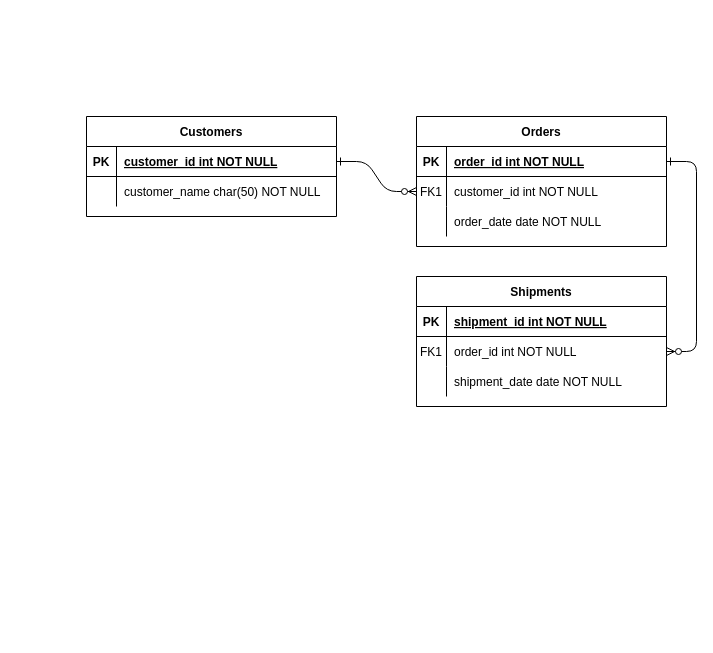
Above: Untitled Diagram.drawio in angelica-martinez/Home (draw.io), before the change. Source tidied: cells renumbered, new cells numbered last; positions are measured from the earlier drawing's top-left corner, leaving out a move shared by most shapes. Both pictures are drawn from the tidied source at 100%, with x=0, y=0 at pixel (86, 116).
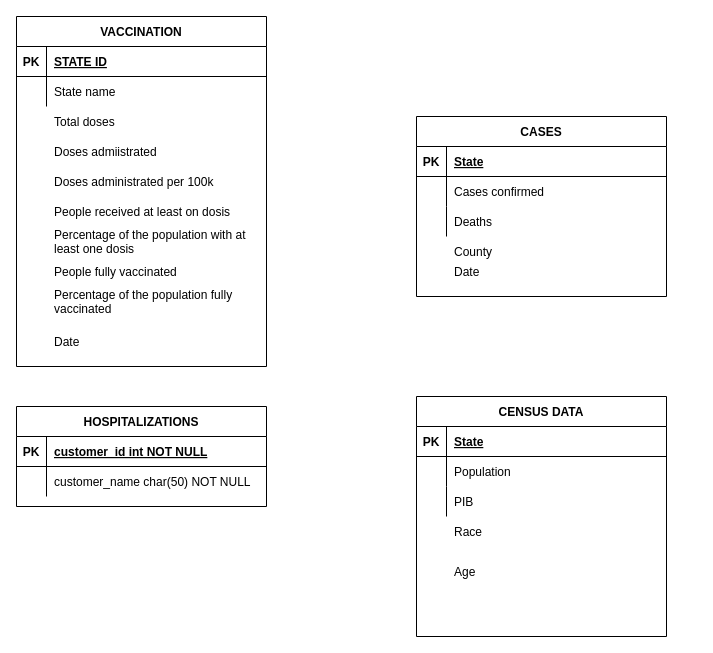
Above is the later version.

Commit message:
Covid databse

The change refers to these unchanged cells:
```xml
<mxCell id="5" style="shape=partialRectangle;fillColor=none;points=[[0,0.5],[1,0.5]];portConstraint=eastwest;top=0;left=0;right=0;bottom=1;" parent="4" vertex="1">
  <mxGeometry y="30" width="250" height="30" as="geometry" />
</mxCell>
<mxCell id="8" style="shape=partialRectangle;fillColor=none;points=[[0,0.5],[1,0.5]];portConstraint=eastwest;top=0;left=0;right=0;bottom=0;" parent="4" vertex="1">
  <mxGeometry y="60" width="250" height="30" as="geometry" />
</mxCell>
<mxCell id="11" style="shape=partialRectangle;fillColor=none;top=0;left=0;right=0;bottom=0;" parent="4" vertex="1">
  <mxGeometry y="90" width="250" height="30" as="geometry" />
</mxCell>
<mxCell id="15" style="shape=partialRectangle;fillColor=none;top=0;left=0;right=0;bottom=1;" parent="14" vertex="1">
  <mxGeometry y="30" width="250" height="30" as="geometry" />
</mxCell>
<mxCell id="18" style="shape=partialRectangle;fillColor=none;points=[[0,0.5],[1,0.5]];portConstraint=eastwest;top=0;left=0;right=0;bottom=0;" parent="14" vertex="1">
  <mxGeometry y="60" width="250" height="30" as="geometry" />
</mxCell>
<mxCell id="21" style="shape=partialRectangle;fillColor=none;top=0;left=0;right=0;bottom=0;" parent="14" vertex="1">
  <mxGeometry y="90" width="250" height="30" as="geometry" />
</mxCell>
<mxCell id="25" style="shape=partialRectangle;fillColor=none;points=[[0,0.5],[1,0.5]];portConstraint=eastwest;top=0;left=0;right=0;bottom=1;" parent="24" vertex="1">
  <mxGeometry y="30" width="250" height="30" as="geometry" />
</mxCell>
<mxCell id="28" style="shape=partialRectangle;fillColor=none;top=0;left=0;right=0;bottom=0;" parent="24" vertex="1">
  <mxGeometry y="60" width="250" height="30" as="geometry" />
</mxCell>
```

Change to the diagram source:
```diff
@@
-    <mxCell id="2" style="edgeStyle=entityRelationEdgeStyle;endArrow=ERzeroToMany;startArrow=ERone;endFill=1;startFill=0;" parent="1" edge="1" source="25" target="8">
-      <mxGeometry relative="1" as="geometry" />
-    </mxCell>
-    <mxCell id="3" style="edgeStyle=entityRelationEdgeStyle;endArrow=ERzeroToMany;startArrow=ERone;endFill=1;startFill=0;" parent="1" edge="1" source="5" target="18">
-      <mxGeometry relative="1" as="geometry" />
-    </mxCell>
-    <mxCell id="4" value="Orders" style="shape=table;startSize=30;childLayout=tableLayout;rowLines=0;fontStyle=1;align=center;" parent="1" vertex="1">
-      <mxGeometry x="330" width="250" height="130" as="geometry" />
+    <mxCell id="4" value="CASES" style="shape=table;startSize=30;childLayout=tableLayout;rowLines=0;fontStyle=1;align=center;" parent="1" vertex="1">
+      <mxGeometry x="330" width="250" height="180" as="geometry" />
     </mxCell>
@@
-    <mxCell id="7" value="order_id int NOT NULL " style="shape=partialRectangle;overflow=hidden;fillColor=none;top=0;left=0;bottom=0;right=0;align=left;spacingLeft=6;fontStyle=5;" parent="5" vertex="1">
+    <mxCell id="7" value="State" style="shape=partialRectangle;overflow=hidden;fillColor=none;top=0;left=0;bottom=0;right=0;align=left;spacingLeft=6;fontStyle=5;" parent="5" vertex="1">
       <mxGeometry x="30" width="220" height="30" as="geometry" />
     </mxCell>
@@
-    <mxCell id="9" value="FK1" style="shape=partialRectangle;overflow=hidden;fillColor=none;top=0;left=0;bottom=0;right=0;" parent="8" vertex="1">
+    <mxCell id="9" style="shape=partialRectangle;overflow=hidden;fillColor=none;top=0;left=0;bottom=0;right=0;" parent="8" vertex="1">
       <mxGeometry width="30" height="30" as="geometry" />
     </mxCell>
-    <mxCell id="10" value="customer_id int NOT NULL" style="shape=partialRectangle;overflow=hidden;fillColor=none;top=0;left=0;bottom=0;right=0;align=left;spacingLeft=6;" parent="8" vertex="1">
+    <mxCell id="10" value="Cases confirmed" style="shape=partialRectangle;overflow=hidden;fillColor=none;top=0;left=0;bottom=0;right=0;align=left;spacingLeft=6;" parent="8" vertex="1">
       <mxGeometry x="30" width="220" height="30" as="geometry" />
     </mxCell>
@@
-    <mxCell id="13" value="order_date date NOT NULL" style="shape=partialRectangle;overflow=hidden;fillColor=none;top=0;left=0;bottom=0;right=0;align=left;spacingLeft=6;" parent="11" vertex="1">
+    <mxCell id="13" value="Deaths" style="shape=partialRectangle;overflow=hidden;fillColor=none;top=0;left=0;bottom=0;right=0;align=left;spacingLeft=6;" parent="11" vertex="1">
       <mxGeometry x="30" width="220" height="30" as="geometry" />
     </mxCell>
-    <mxCell id="14" value="Shipments" style="shape=table;startSize=30;childLayout=tableLayout;rowLines=0;fontStyle=1;align=center;" parent="1" vertex="1">
-      <mxGeometry x="330" y="160" width="250" height="130" as="geometry" />
+    <mxCell id="14" value="CENSUS DATA" style="shape=table;startSize=30;childLayout=tableLayout;rowLines=0;fontStyle=1;align=center;" parent="1" vertex="1">
+      <mxGeometry x="330" y="280" width="250" height="240" as="geometry" />
     </mxCell>
@@
-    <mxCell id="17" value="shipment_id int NOT NULL " style="shape=partialRectangle;overflow=hidden;fillColor=none;top=0;left=0;bottom=0;right=0;align=left;spacingLeft=6;fontStyle=5;" parent="15" vertex="1">
+    <mxCell id="17" value="State" style="shape=partialRectangle;overflow=hidden;fillColor=none;top=0;left=0;bottom=0;right=0;align=left;spacingLeft=6;fontStyle=5;" parent="15" vertex="1">
       <mxGeometry x="30" width="220" height="30" as="geometry" />
     </mxCell>
@@
-    <mxCell id="19" value="FK1" style="shape=partialRectangle;overflow=hidden;fillColor=none;top=0;left=0;bottom=0;right=0;" parent="18" vertex="1">
+    <mxCell id="19" style="shape=partialRectangle;overflow=hidden;fillColor=none;top=0;left=0;bottom=0;right=0;" parent="18" vertex="1">
       <mxGeometry width="30" height="30" as="geometry" />
     </mxCell>
-    <mxCell id="20" value="order_id int NOT NULL" style="shape=partialRectangle;overflow=hidden;fillColor=none;top=0;left=0;bottom=0;right=0;align=left;spacingLeft=6;" parent="18" vertex="1">
+    <mxCell id="20" value="Population" style="shape=partialRectangle;overflow=hidden;fillColor=none;top=0;left=0;bottom=0;right=0;align=left;spacingLeft=6;" parent="18" vertex="1">
       <mxGeometry x="30" width="220" height="30" as="geometry" />
     </mxCell>
@@
-    <mxCell id="23" value="shipment_date date NOT NULL" style="shape=partialRectangle;overflow=hidden;fillColor=none;top=0;left=0;bottom=0;right=0;align=left;spacingLeft=6;" parent="21" vertex="1">
+    <mxCell id="23" value="PIB" style="shape=partialRectangle;overflow=hidden;fillColor=none;top=0;left=0;bottom=0;right=0;align=left;spacingLeft=6;" parent="21" vertex="1">
       <mxGeometry x="30" width="220" height="30" as="geometry" />
     </mxCell>
-    <mxCell id="24" value="Customers" style="shape=table;startSize=30;childLayout=tableLayout;rowLines=0;fontStyle=1;align=center;" parent="1" vertex="1">
-      <mxGeometry width="250" height="100" as="geometry" />
+    <mxCell id="24" value="VACCINATION" style="shape=table;startSize=30;childLayout=tableLayout;rowLines=0;fontStyle=1;align=center;" parent="1" vertex="1">
+      <mxGeometry x="-70" y="-100" width="250" height="350" as="geometry" />
     </mxCell>
@@
-    <mxCell id="27" value="customer_id int NOT NULL " style="shape=partialRectangle;overflow=hidden;fillColor=none;top=0;left=0;bottom=0;right=0;align=left;spacingLeft=6;fontStyle=5;" parent="25" vertex="1">
+    <mxCell id="27" value="STATE ID" style="shape=partialRectangle;overflow=hidden;fillColor=none;top=0;left=0;bottom=0;right=0;align=left;spacingLeft=6;fontStyle=5;" parent="25" vertex="1">
       <mxGeometry x="30" width="220" height="30" as="geometry" />
     </mxCell>
@@
-    <mxCell id="30" value="customer_name char(50) NOT NULL" style="shape=partialRectangle;overflow=hidden;fillColor=none;top=0;left=0;bottom=0;right=0;align=left;spacingLeft=6;" parent="28" vertex="1">
+    <mxCell id="30" value="State name" style="shape=partialRectangle;overflow=hidden;fillColor=none;top=0;left=0;bottom=0;right=0;align=left;spacingLeft=6;" parent="28" vertex="1">
       <mxGeometry x="30" width="220" height="30" as="geometry" />
     </mxCell>
+    <mxCell id="31" value="HOSPITALIZATIONS" style="shape=table;startSize=30;childLayout=tableLayout;rowLines=0;fontStyle=1;align=center;" parent="1" vertex="1">
+      <mxGeometry x="-70" y="290" width="250" height="100" as="geometry" />
+    </mxCell>
+    <mxCell id="32" style="shape=partialRectangle;fillColor=none;top=0;left=0;right=0;bottom=1;" parent="31" vertex="1">
+      <mxGeometry y="30" width="250" height="30" as="geometry" />
+    </mxCell>
+    <mxCell id="33" value="PK" style="shape=partialRectangle;overflow=hidden;fillColor=none;top=0;left=0;bottom=0;right=0;fontStyle=1;" parent="32" vertex="1">
+      <mxGeometry width="30" height="30" as="geometry" />
+    </mxCell>
+    <mxCell id="34" value="customer_id int NOT NULL " style="shape=partialRectangle;overflow=hidden;fillColor=none;top=0;left=0;bottom=0;right=0;align=left;spacingLeft=6;fontStyle=5;" parent="32" vertex="1">
+      <mxGeometry x="30" width="220" height="30" as="geometry" />
+    </mxCell>
+    <mxCell id="35" style="shape=partialRectangle;fillColor=none;top=0;left=0;right=0;bottom=0;" parent="31" vertex="1">
+      <mxGeometry y="60" width="250" height="30" as="geometry" />
+    </mxCell>
+    <mxCell id="36" style="shape=partialRectangle;overflow=hidden;fillColor=none;top=0;left=0;bottom=0;right=0;" parent="35" vertex="1">
+      <mxGeometry width="30" height="30" as="geometry" />
+    </mxCell>
+    <mxCell id="37" value="customer_name char(50) NOT NULL" style="shape=partialRectangle;overflow=hidden;fillColor=none;top=0;left=0;bottom=0;right=0;align=left;spacingLeft=6;" parent="35" vertex="1">
+      <mxGeometry x="30" width="220" height="30" as="geometry" />
+    </mxCell>
+    <mxCell id="38" value="Total doses" style="shape=partialRectangle;overflow=hidden;fillColor=none;top=0;left=0;bottom=0;right=0;align=left;spacingLeft=6;" parent="1" vertex="1">
+      <mxGeometry x="-40" y="-10" width="220" height="30" as="geometry" />
+    </mxCell>
+    <mxCell id="39" value="Doses admiistrated" style="shape=partialRectangle;overflow=hidden;fillColor=none;top=0;left=0;bottom=0;right=0;align=left;spacingLeft=6;" parent="1" vertex="1">
+      <mxGeometry x="-40" y="20" width="220" height="30" as="geometry" />
+    </mxCell>
+    <mxCell id="40" value="Doses administrated per 100k " style="shape=partialRectangle;overflow=hidden;fillColor=none;top=0;left=0;bottom=0;right=0;align=left;spacingLeft=6;" parent="1" vertex="1">
+      <mxGeometry x="-40" y="50" width="220" height="30" as="geometry" />
+    </mxCell>
+    <mxCell id="41" value="People received at least on dosis" style="shape=partialRectangle;overflow=hidden;fillColor=none;top=0;left=0;bottom=0;right=0;align=left;spacingLeft=6;" parent="1" vertex="1">
+      <mxGeometry x="-40" y="80" width="220" height="30" as="geometry" />
+    </mxCell>
+    <mxCell id="42" value="Percentage of the population with at &#10;least one dosis" style="shape=partialRectangle;overflow=hidden;fillColor=none;top=0;left=0;bottom=0;right=0;align=left;spacingLeft=6;" parent="1" vertex="1">
+      <mxGeometry x="-40" y="110" width="220" height="30" as="geometry" />
+    </mxCell>
+    <mxCell id="43" value="People fully vaccinated" style="shape=partialRectangle;overflow=hidden;fillColor=none;top=0;left=0;bottom=0;right=0;align=left;spacingLeft=6;" parent="1" vertex="1">
+      <mxGeometry x="-40" y="140" width="220" height="30" as="geometry" />
+    </mxCell>
+    <mxCell id="44" value="Percentage of the population fully&#10;vaccinated" style="shape=partialRectangle;overflow=hidden;fillColor=none;top=0;left=0;bottom=0;right=0;align=left;spacingLeft=6;" parent="1" vertex="1">
+      <mxGeometry x="-40" y="170" width="220" height="30" as="geometry" />
+    </mxCell>
+    <mxCell id="45" value="County " style="shape=partialRectangle;overflow=hidden;fillColor=none;top=0;left=0;bottom=0;right=0;align=left;spacingLeft=6;" parent="1" vertex="1">
+      <mxGeometry x="360" y="120" width="220" height="30" as="geometry" />
+    </mxCell>
+    <mxCell id="46" value="Date" style="shape=partialRectangle;overflow=hidden;fillColor=none;top=0;left=0;bottom=0;right=0;align=left;spacingLeft=6;" parent="1" vertex="1">
+      <mxGeometry x="360" y="140" width="220" height="30" as="geometry" />
+    </mxCell>
+    <mxCell id="47" value="Date" style="shape=partialRectangle;overflow=hidden;fillColor=none;top=0;left=0;bottom=0;right=0;align=left;spacingLeft=6;" parent="1" vertex="1">
+      <mxGeometry x="-40" y="210" width="220" height="30" as="geometry" />
+    </mxCell>
+    <mxCell id="48" value="Race" style="shape=partialRectangle;overflow=hidden;fillColor=none;top=0;left=0;bottom=0;right=0;align=left;spacingLeft=6;" parent="1" vertex="1">
+      <mxGeometry x="360" y="400" width="220" height="30" as="geometry" />
+    </mxCell>
+    <mxCell id="49" value="Age" style="shape=partialRectangle;overflow=hidden;fillColor=none;top=0;left=0;bottom=0;right=0;align=left;spacingLeft=6;" parent="1" vertex="1">
+      <mxGeometry x="360" y="440" width="220" height="30" as="geometry" />
+    </mxCell>
```
